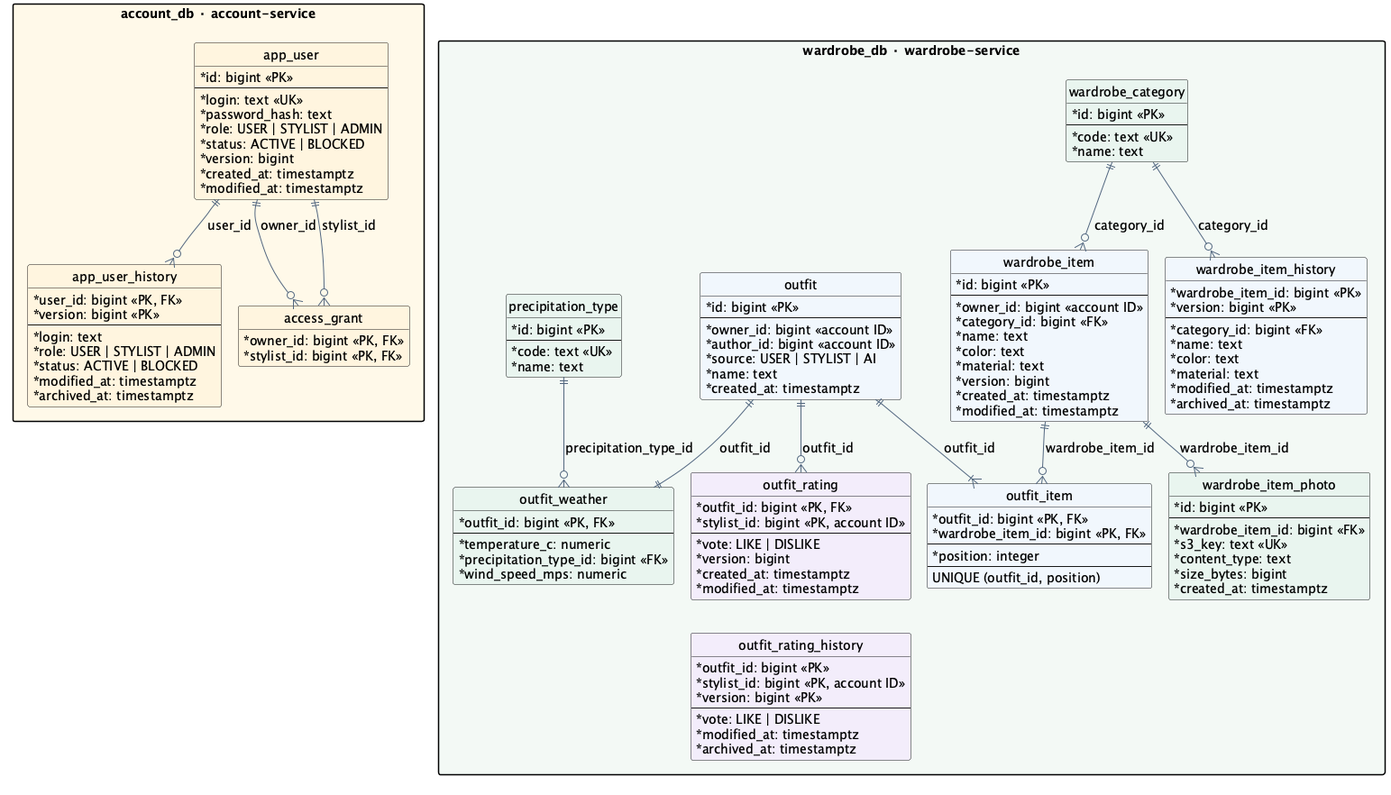
Above: docs/lab2/diagrams/data.png in SimeonGor/clothes-advisor (PlantUML), before the change.
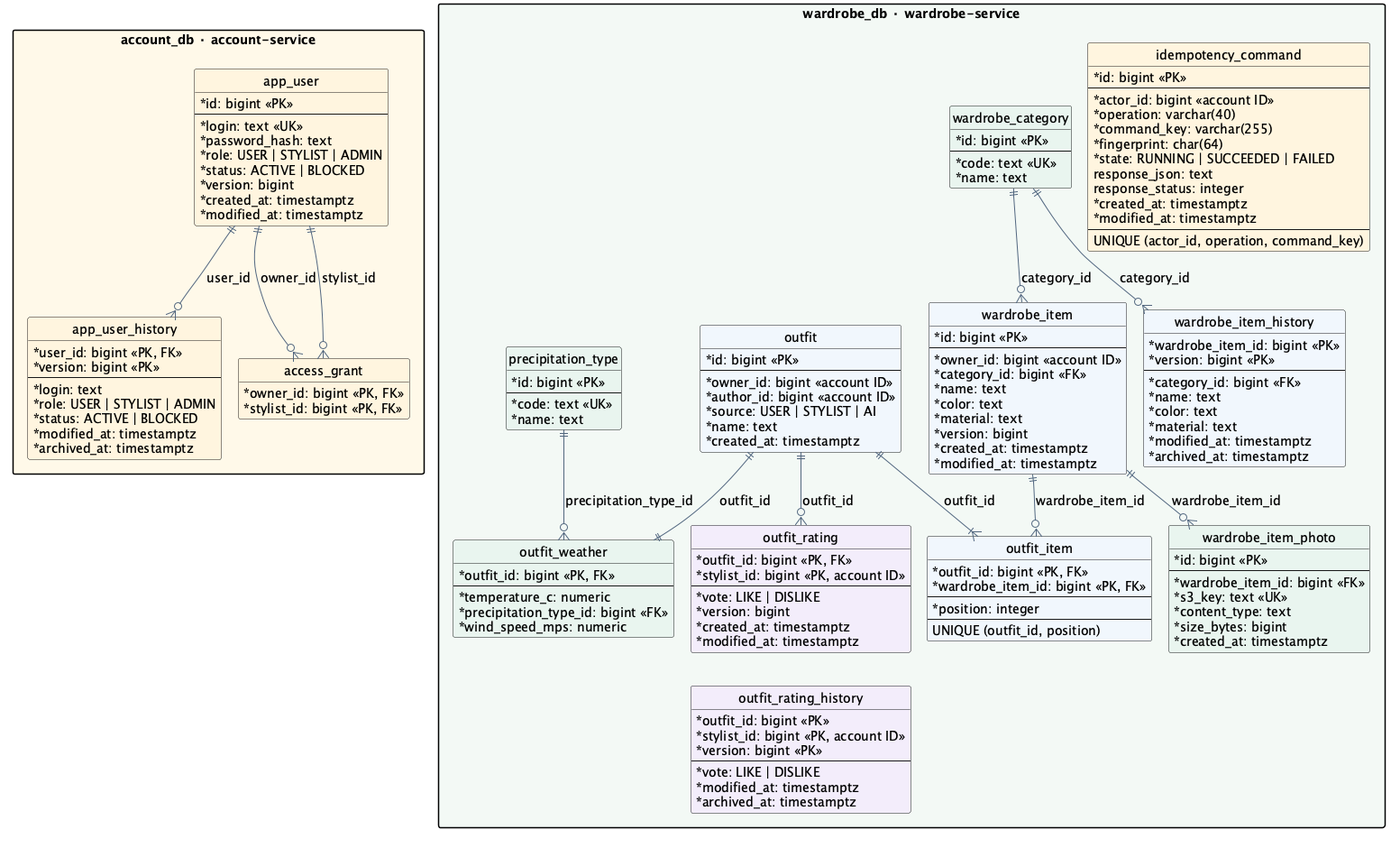
The same diagram one commit later.

Change to the diagram source:
```diff
@@ -44,6 +44,21 @@
 }
 
 package "wardrobe_db · wardrobe-service" as wardrobe #F2F8F5 {
+  entity "idempotency_command" as command #FFF5DF {
+    * id: bigint <<PK>>
+    --
+    * actor_id: bigint <<account ID>>
+    * operation: varchar(40)
+    * command_key: varchar(255)
+    * fingerprint: char(64)
+    * state: RUNNING | SUCCEEDED | FAILED
+    response_json: text
+    response_status: integer
+    * created_at: timestamptz
+    * modified_at: timestamptz
+    --
+    UNIQUE (actor_id, operation, command_key)
+  }
   entity "wardrobe_category" as category #E8F5EF {
     * id: bigint <<PK>>
     --
```
